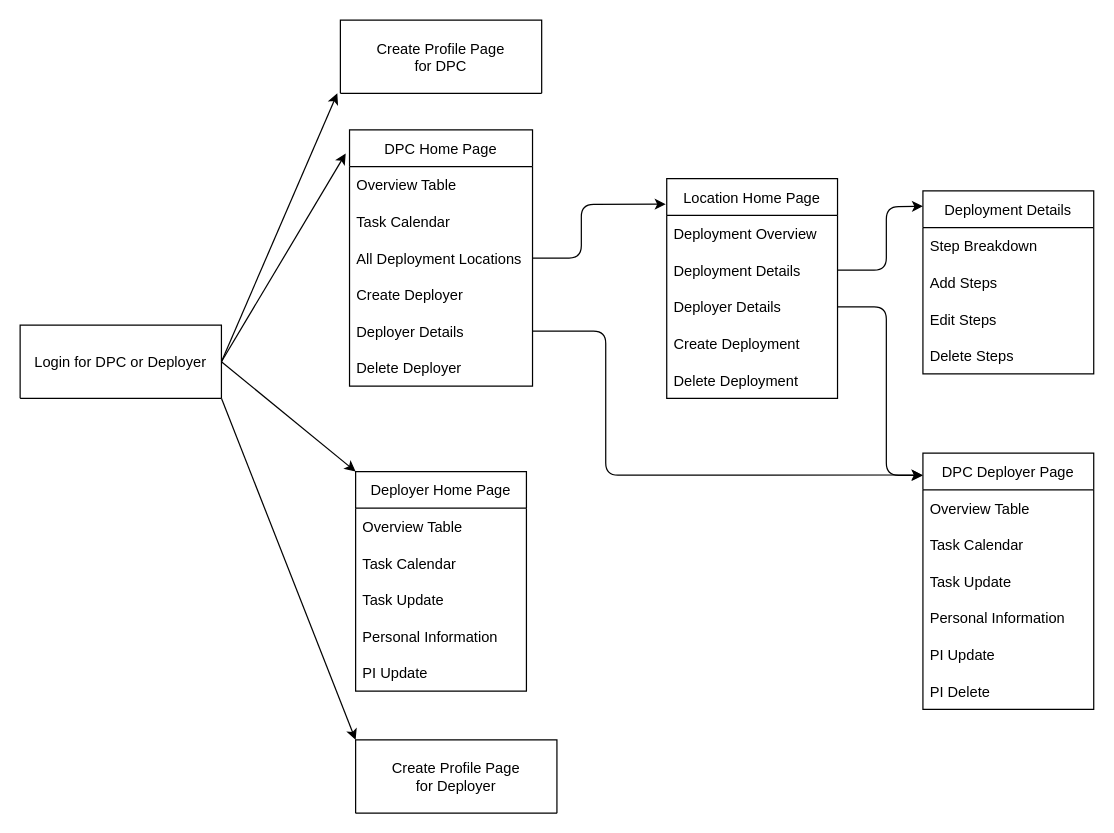
wmalott23/Capstone keeps this draw.io diagram as Components.drawio. Above is the earlier version. Source tidied: cells renumbered, new cells numbered last; positions are measured from the earlier drawing's top-left corner, leaving out a move shared by most shapes. Both pictures are drawn from the tidied source at 122%, with x=0, y=0 at pixel (20, 20).
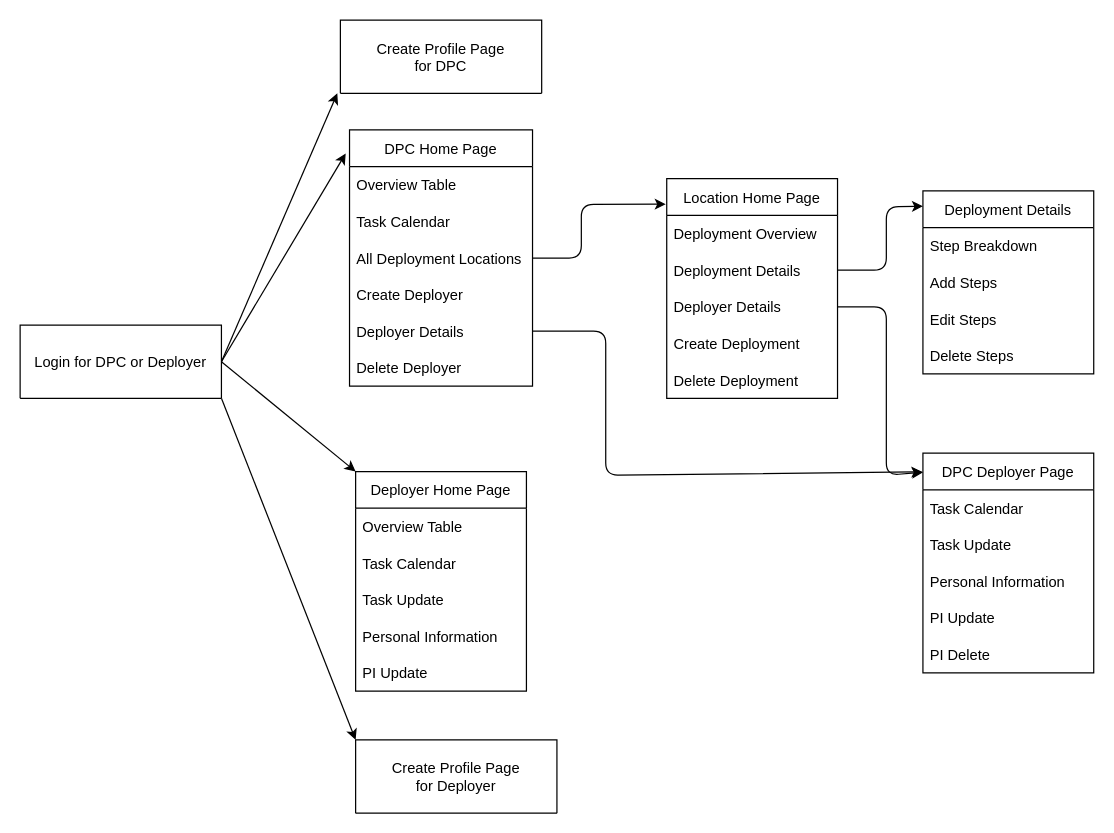
The same page after the edit.

Commit message (it also covers changes not shown here):
Populated the LocList and DepList components in DpcHomePage

Diff of the diagram source:
```diff
@@
     <mxCell id="28" value="DPC Deployer Page" style="swimlane;fontStyle=0;horizontal=1;startSize=30;" parent="1" vertex="1">
-      <mxGeometry x="740" y="355" width="140" height="210" as="geometry" />
+      <mxGeometry x="740" y="355" width="140" height="180" as="geometry" />
     </mxCell>
-    <mxCell id="29" value="Overview Table" style="text;strokeColor=none;fillColor=none;align=left;verticalAlign=middle;spacingLeft=4;spacingRight=4;overflow=hidden;" parent="28" vertex="1">
-      <mxGeometry y="30" width="140" height="30" as="geometry" />
-    </mxCell>
     <mxCell id="30" value="Task Calendar" style="text;strokeColor=none;fillColor=none;align=left;verticalAlign=middle;spacingLeft=4;spacingRight=4;overflow=hidden;" parent="28" vertex="1">
-      <mxGeometry y="60" width="140" height="30" as="geometry" />
+      <mxGeometry y="30" width="140" height="30" as="geometry" />
     </mxCell>
     <mxCell id="31" value="Task Update" style="text;strokeColor=none;fillColor=none;align=left;verticalAlign=middle;spacingLeft=4;spacingRight=4;overflow=hidden;" parent="28" vertex="1">
-      <mxGeometry y="90" width="140" height="30" as="geometry" />
+      <mxGeometry y="60" width="140" height="30" as="geometry" />
     </mxCell>
     <mxCell id="32" value="Personal Information" style="text;strokeColor=none;fillColor=none;align=left;verticalAlign=middle;spacingLeft=4;spacingRight=4;overflow=hidden;" parent="28" vertex="1">
-      <mxGeometry y="120" width="140" height="30" as="geometry" />
+      <mxGeometry y="90" width="140" height="30" as="geometry" />
     </mxCell>
     <mxCell id="33" value="PI Update" style="text;strokeColor=none;fillColor=none;align=left;verticalAlign=middle;spacingLeft=4;spacingRight=4;overflow=hidden;" parent="28" vertex="1">
-      <mxGeometry y="150" width="140" height="30" as="geometry" />
+      <mxGeometry y="120" width="140" height="30" as="geometry" />
     </mxCell>
     <mxCell id="34" value="PI Delete" style="text;strokeColor=none;fillColor=none;align=left;verticalAlign=middle;spacingLeft=4;spacingRight=4;overflow=hidden;" parent="28" vertex="1">
-      <mxGeometry y="180" width="140" height="30" as="geometry" />
+      <mxGeometry y="150" width="140" height="30" as="geometry" />
     </mxCell>
```
